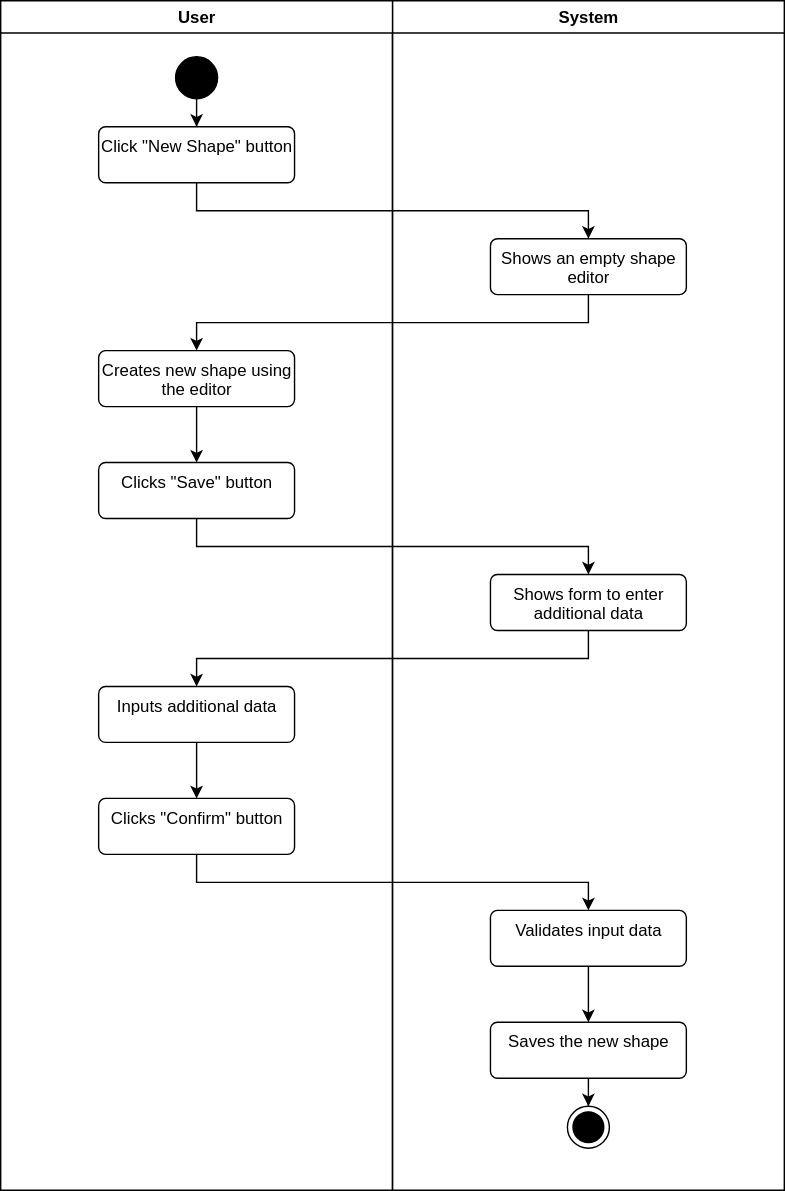
Before: diagrams/add-shape.svg, a diagram exported from draw.io (notSnuffy/Warehouse-Manager). Source tidied: cells renumbered, new cells last; positions are measured from the earlier drawing's top-left corner, leaving out a move shared by most shapes.
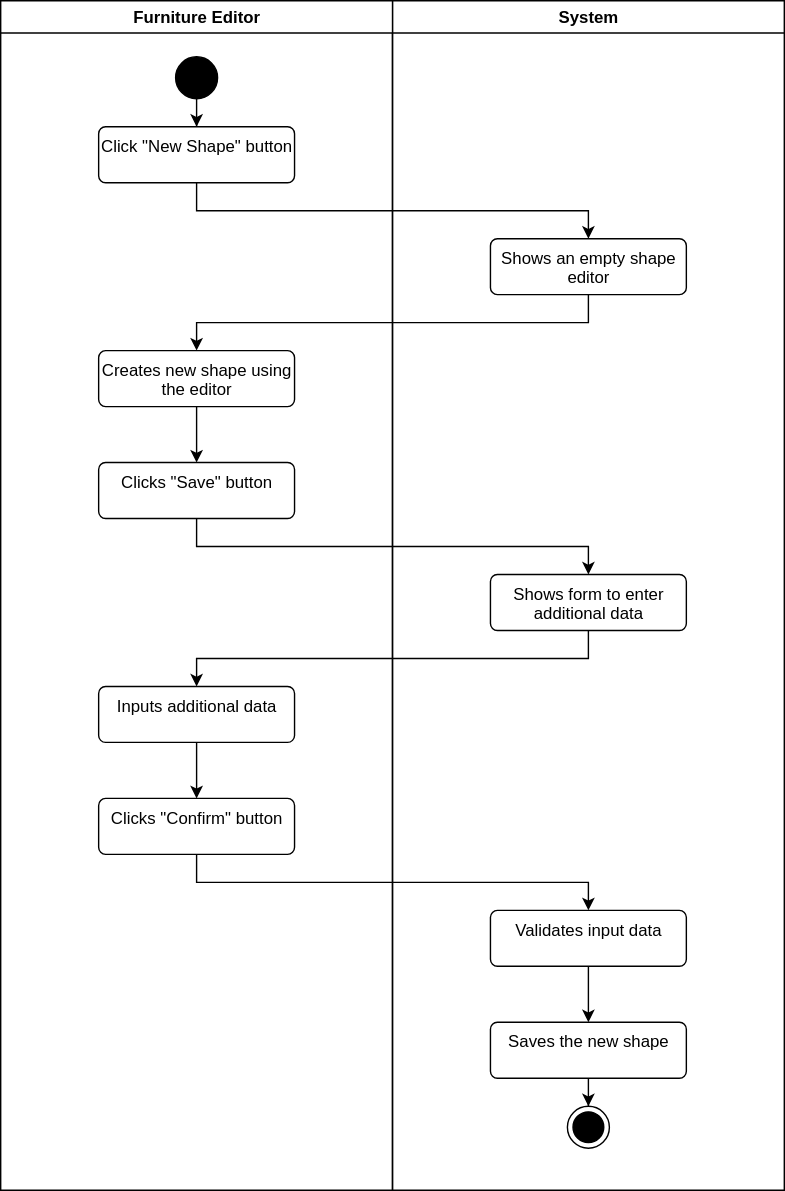
Above is the later version.

Diff of the diagram source:
```diff
@@ -8,7 +8,7 @@
     <mxCell id="3" style="ellipse;html=1;shape=endState;labelBackgroundColor=none;strokeColor=light-dark(#000000,#000000);fillColor=light-dark(#000000,#000000);" parent="2" vertex="1">
       <mxGeometry x="125" y="790" width="30" height="30" as="geometry" />
     </mxCell>
-    <mxCell id="4" value="User" style="swimlane;whiteSpace=wrap;labelBackgroundColor=none;strokeColor=light-dark(#000000,#000000);" parent="2" vertex="1">
+    <mxCell id="4" value="Furniture Editor" style="swimlane;whiteSpace=wrap;labelBackgroundColor=none;strokeColor=light-dark(#000000,#000000);" parent="2" vertex="1">
       <mxGeometry x="-280" width="280" height="850" as="geometry" />
     </mxCell>
     <mxCell id="5" style="edgeStyle=orthogonalEdgeStyle;rounded=0;jettySize=auto;html=1;labelBackgroundColor=none;fontColor=default;strokeColor=light-dark(#000000,#000000);" parent="4" edge="1" source="6" target="7">
```
